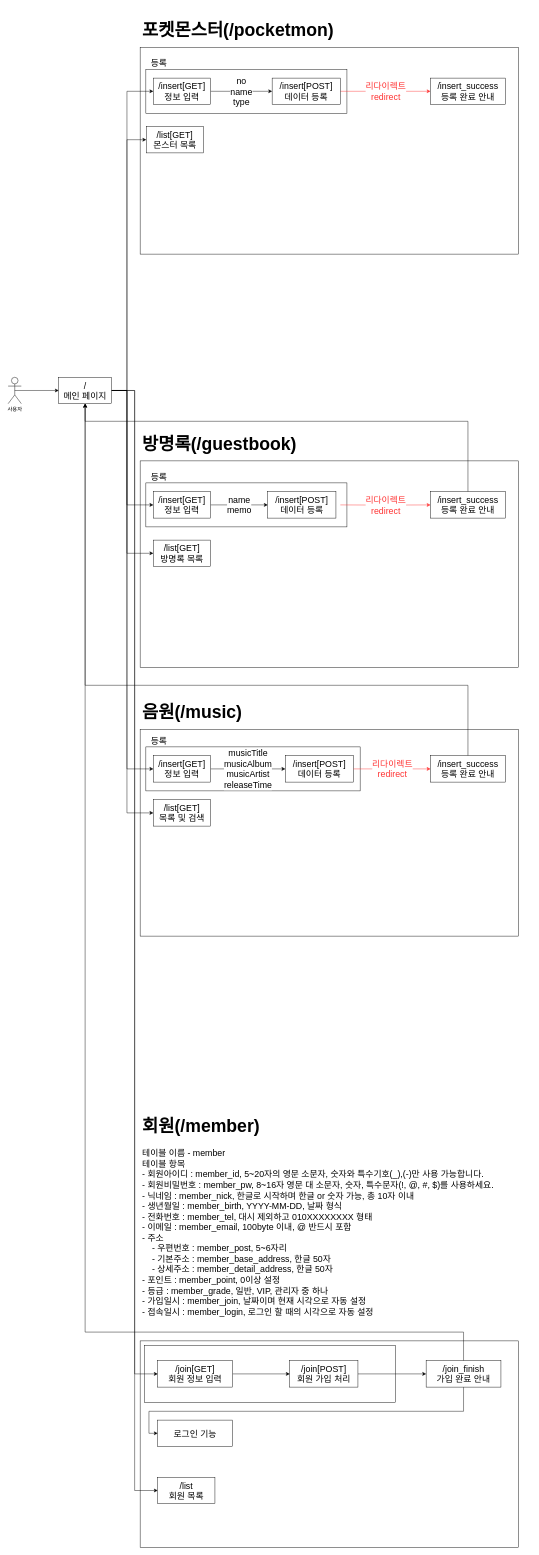
This is page "Flow" (1 of 2) of springhome/springhome.drawio from Luverduck/kh10, a draw.io file, before an edit. Source tidied: cells renumbered, new cells numbered last; positions are measured from the earlier drawing's top-left corner, leaving out a move shared by most shapes. Both pictures are drawn from the tidied source at 44%, with x=0, y=0 at pixel (8, 12).
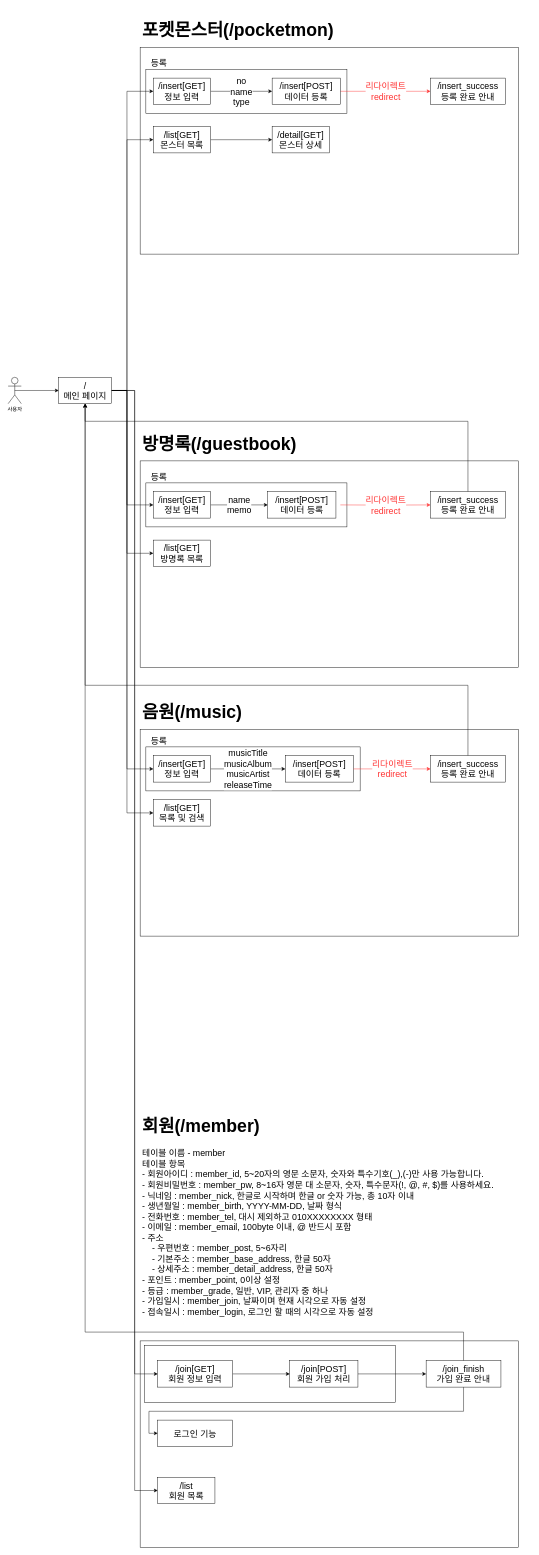
The same page after the edit.

The edit, as a diff of the source:
```diff
@@
+    <mxCell id="57" style="edgeStyle=orthogonalEdgeStyle;rounded=0;jettySize=auto;html=1;" parent="1" edge="1" source="53" target="58">
+      <mxGeometry relative="1" as="geometry" />
+    </mxCell>
     <mxCell id="53" value="/list[GET]&lt;br&gt;몬스터 목록" style="rounded=0;whiteSpace=wrap;html=1;fontSize=20;" parent="1" vertex="1">
-      <mxGeometry x="314" y="260" width="130" height="60" as="geometry" />
+      <mxGeometry x="330" y="260" width="130" height="60" as="geometry" />
     </mxCell>
@@
+    <mxCell id="58" value="/detail[GET]&lt;br&gt;몬스터 상세" style="rounded=0;whiteSpace=wrap;html=1;fontSize=20;" parent="1" vertex="1">
+      <mxGeometry x="600" y="260" width="130" height="60" as="geometry" />
+    </mxCell>
```
